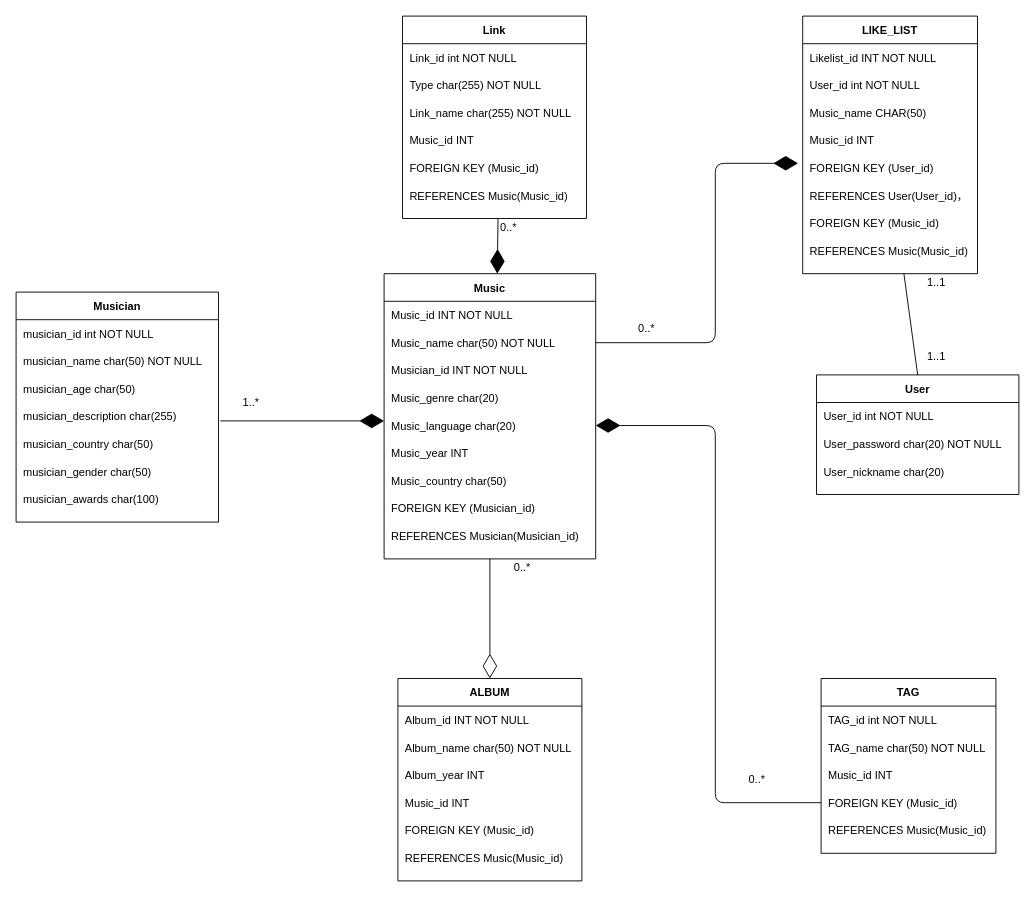
Before: Stage2.drawio in neo99zhang/CS411-Project-Tornado-Music, a draw.io diagram. Source tidied: cells renumbered, new cells numbered last; positions are measured from the earlier drawing's top-left corner, leaving out a move shared by most shapes. Both pictures are drawn from the tidied source at 92%, with x=0, y=0 at pixel (16, 16).
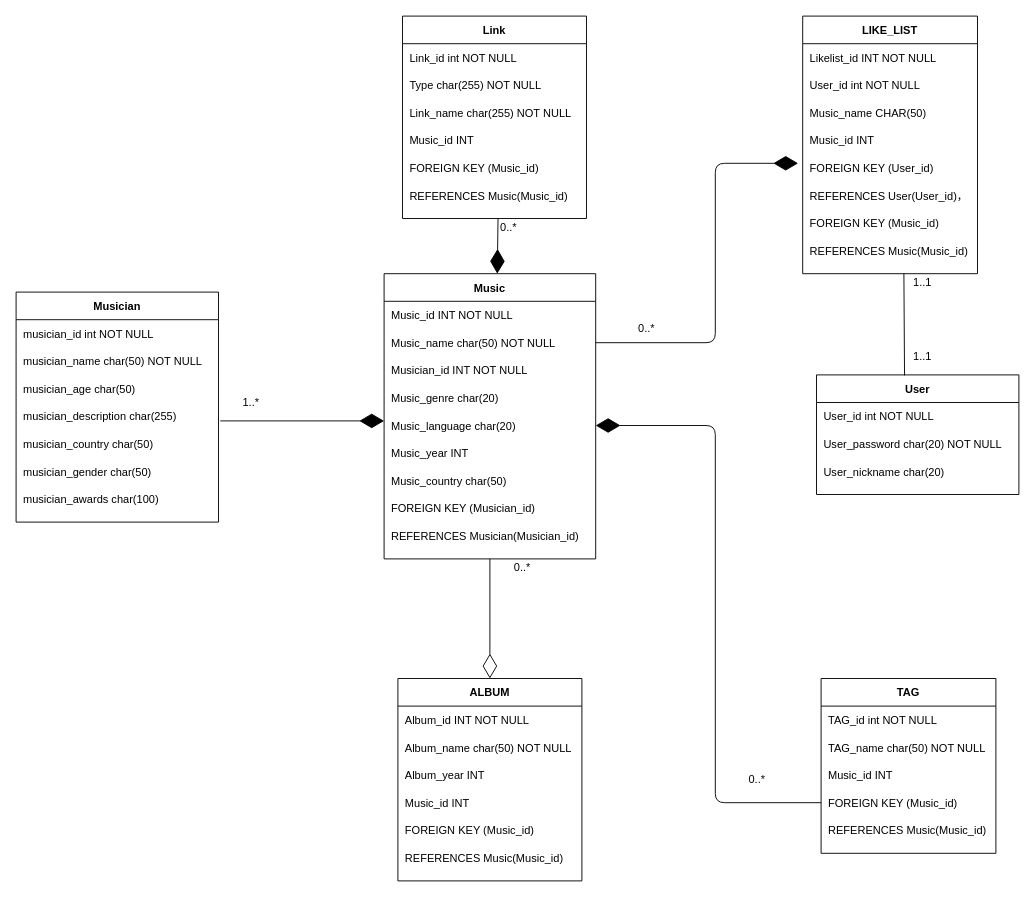
Above is the later version.

Unchanged cells that the change refers to:
```xml
<mxCell id="2" value="User" style="shape=table;startSize=30;childLayout=tableLayout;rowLines=0;fontStyle=1;align=center;" parent="1" vertex="1">
  <mxGeometry x="870" y="390" width="220" height="130" as="geometry" />
</mxCell>
```

What changed in the source:
```diff
@@
-    <mxCell id="105" style="endArrow=none;html=1;exitX=0.5;exitY=0;exitDx=0;exitDy=0;" parent="1" edge="1" source="2">
+    <mxCell id="105" style="endArrow=none;html=1;exitX=0.435;exitY=0.004;exitDx=0;exitDy=0;exitPerimeter=0;" parent="1" edge="1" source="2">
       <mxGeometry relative="1" as="geometry">
         <mxPoint x="965" y="280" as="targetPoint" />
       </mxGeometry>
     </mxCell>
     <mxCell id="106" value="1..1" style="text;html=1;align=center;verticalAlign=middle;strokeColor=none;fillColor=none;" parent="1" vertex="1">
-      <mxGeometry x="980" y="280" width="40" height="20" as="geometry" />
+      <mxGeometry x="965" y="280" width="40" height="20" as="geometry" />
     </mxCell>
     <mxCell id="107" value="1..1" style="text;html=1;align=center;verticalAlign=middle;strokeColor=none;fillColor=none;" parent="1" vertex="1">
-      <mxGeometry x="980" y="360" width="40" height="20" as="geometry" />
+      <mxGeometry x="965" y="360" width="40" height="20" as="geometry" />
     </mxCell>
```
